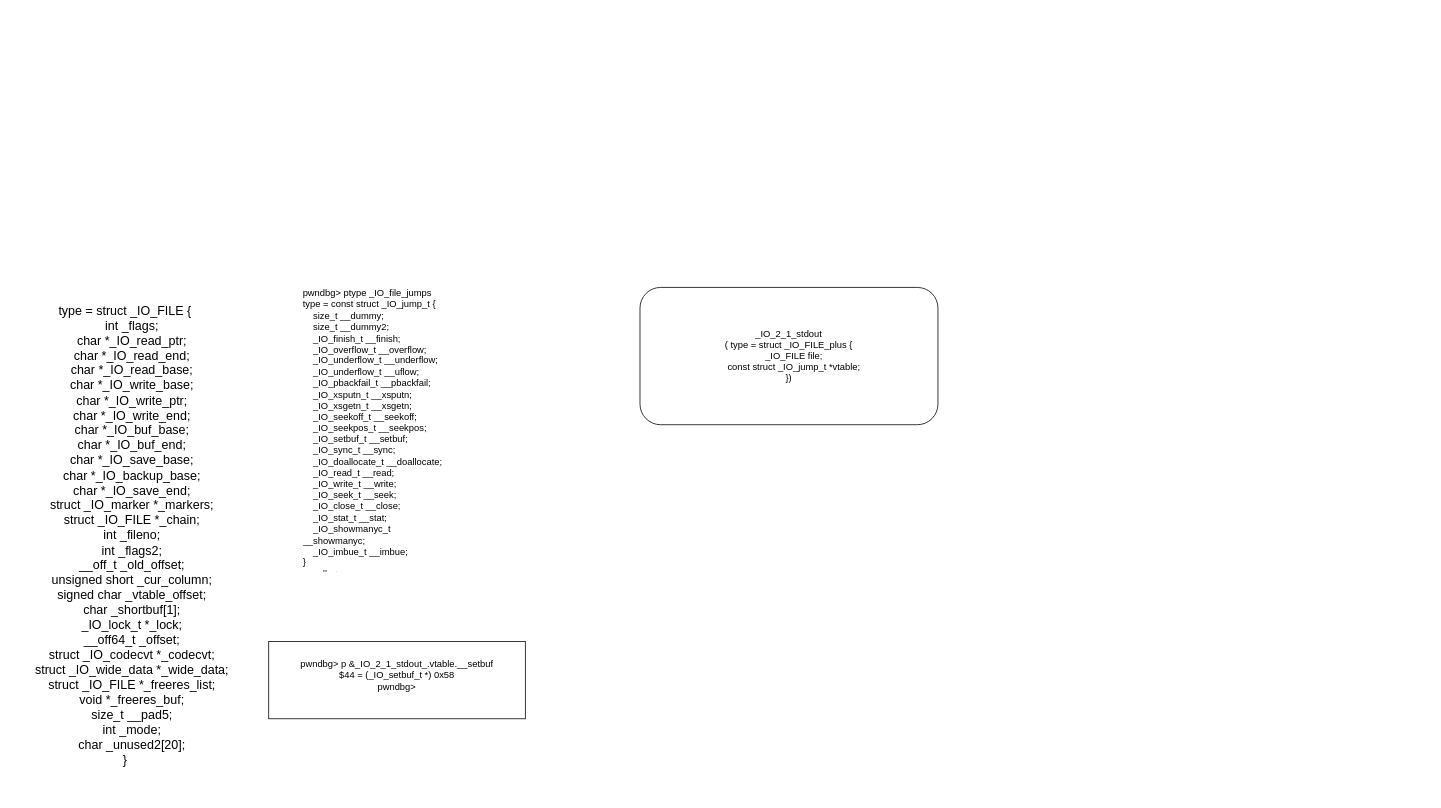
xiaofeng789/draw keeps this draw.io diagram as io.drawio. Above is the earlier version. Source tidied: cells renumbered, new cells numbered last; positions are measured from the earlier drawing's top-left corner, leaving out a move shared by most shapes. Both pictures are drawn from the tidied source at 78%, with x=0, y=0 at pixel (13, 287).
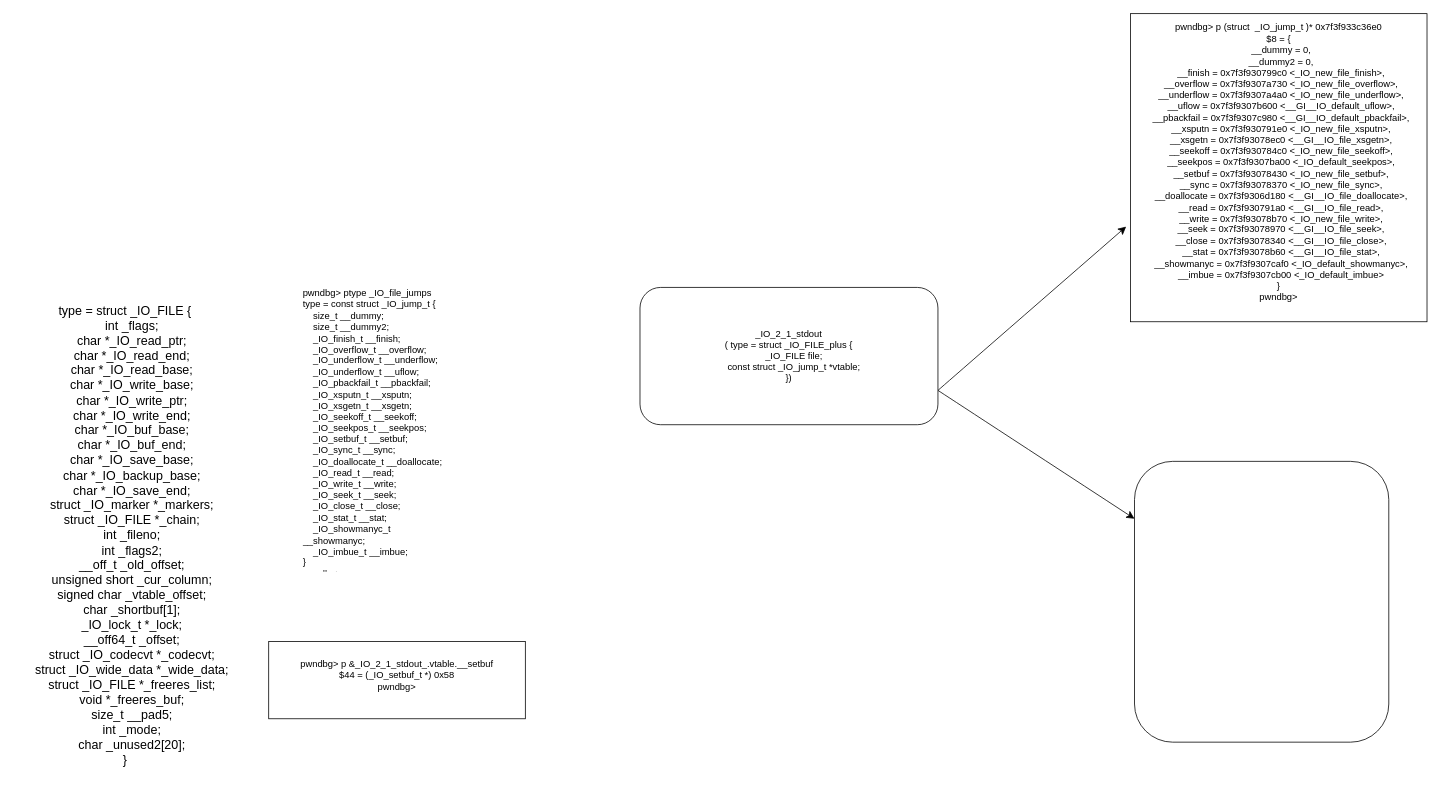
After the change.

Diff of the diagram source:
```diff
@@
 <mxGraphModel>
   <root>
     <mxCell id="0" />
     <mxCell id="1" parent="0" />
     <mxCell id="2" value="type = struct _IO_FILE {&lt;br&gt;&amp;nbsp;&amp;nbsp;&amp;nbsp; int _flags;&lt;br&gt;&amp;nbsp;&amp;nbsp;&amp;nbsp; char *_IO_read_ptr;&lt;br&gt;&amp;nbsp;&amp;nbsp;&amp;nbsp; char *_IO_read_end;&lt;br&gt;&amp;nbsp;&amp;nbsp;&amp;nbsp; char *_IO_read_base;&lt;br&gt;&amp;nbsp;&amp;nbsp;&amp;nbsp; char *_IO_write_base;&lt;br&gt;&amp;nbsp;&amp;nbsp;&amp;nbsp; char *_IO_write_ptr;&lt;br&gt;&amp;nbsp;&amp;nbsp;&amp;nbsp; char *_IO_write_end;&lt;br&gt;&amp;nbsp;&amp;nbsp;&amp;nbsp; char *_IO_buf_base;&lt;br&gt;&amp;nbsp;&amp;nbsp;&amp;nbsp; char *_IO_buf_end;&lt;br&gt;&amp;nbsp;&amp;nbsp;&amp;nbsp; char *_IO_save_base;&lt;br&gt;&amp;nbsp;&amp;nbsp;&amp;nbsp; char *_IO_backup_base;&lt;br&gt;&amp;nbsp;&amp;nbsp;&amp;nbsp; char *_IO_save_end;&lt;br&gt;&amp;nbsp;&amp;nbsp;&amp;nbsp; struct _IO_marker *_markers;&lt;br&gt;&amp;nbsp;&amp;nbsp;&amp;nbsp; struct _IO_FILE *_chain;&lt;br&gt;&amp;nbsp;&amp;nbsp;&amp;nbsp; int _fileno;&lt;br&gt;&amp;nbsp;&amp;nbsp;&amp;nbsp; int _flags2;&lt;br&gt;&amp;nbsp;&amp;nbsp;&amp;nbsp; __off_t _old_offset;&lt;br&gt;&amp;nbsp;&amp;nbsp;&amp;nbsp; unsigned short _cur_column;&lt;br&gt;&amp;nbsp;&amp;nbsp;&amp;nbsp; signed char _vtable_offset;&lt;br&gt;&amp;nbsp;&amp;nbsp;&amp;nbsp; char _shortbuf[1];&lt;br&gt;&amp;nbsp;&amp;nbsp;&amp;nbsp; _IO_lock_t *_lock;&lt;br&gt;&amp;nbsp;&amp;nbsp;&amp;nbsp; __off64_t _offset;&lt;br&gt;&amp;nbsp;&amp;nbsp;&amp;nbsp; struct _IO_codecvt *_codecvt;&lt;br&gt;&amp;nbsp;&amp;nbsp;&amp;nbsp; struct _IO_wide_data *_wide_data;&lt;br&gt;&amp;nbsp;&amp;nbsp;&amp;nbsp; struct _IO_FILE *_freeres_list;&lt;br&gt;&amp;nbsp;&amp;nbsp;&amp;nbsp; void *_freeres_buf;&lt;br&gt;&amp;nbsp;&amp;nbsp;&amp;nbsp; size_t __pad5;&lt;br&gt;&amp;nbsp;&amp;nbsp;&amp;nbsp; int _mode;&lt;br&gt;&amp;nbsp;&amp;nbsp;&amp;nbsp; char _unused2[20];&lt;br&gt;}&lt;div&gt;&lt;br/&gt;&lt;/div&gt;" style="text;html=1;align=center;verticalAlign=middle;whiteSpace=wrap;rounded=0;fontSize=16;" parent="1" vertex="1">
       <mxGeometry y="4" width="286" height="646" as="geometry" />
     </mxCell>
+    <mxCell id="6" style="edgeStyle=none;curved=1;rounded=0;jettySize=auto;html=1;exitX=1;exitY=0.75;exitDx=0;exitDy=0;fontSize=12;startSize=8;endSize=8;" parent="1" edge="1" source="3">
+      <mxGeometry relative="1" as="geometry">
+        <mxPoint x="1426.3" y="-78" as="targetPoint" />
+      </mxGeometry>
+    </mxCell>
+    <mxCell id="7" style="edgeStyle=none;curved=1;rounded=0;jettySize=auto;html=1;exitX=1;exitY=0.75;exitDx=0;exitDy=0;fontSize=12;startSize=8;endSize=8;" parent="1" edge="1" source="3" target="9">
+      <mxGeometry relative="1" as="geometry" />
+    </mxCell>
     <mxCell id="3" value="_IO_2_1_stdout&lt;br&gt;( type = struct _IO_FILE_plus {&lt;br&gt;&amp;nbsp;&amp;nbsp;&amp;nbsp; _IO_FILE file;&lt;br&gt;&amp;nbsp;&amp;nbsp;&amp;nbsp; const struct _IO_jump_t *vtable;&lt;br&gt;})" style="rounded=1;whiteSpace=wrap;html=1;" parent="1" vertex="1">
       <mxGeometry x="803" width="382" height="176" as="geometry" />
     </mxCell>
     <mxCell id="4" value="pwndbg&amp;gt; ptype _IO_file_jumps&lt;br&gt;type = const struct _IO_jump_t {&lt;br&gt;&amp;nbsp;&amp;nbsp;&amp;nbsp; size_t __dummy;&lt;br&gt;&amp;nbsp;&amp;nbsp;&amp;nbsp; size_t __dummy2;&lt;br&gt;&amp;nbsp;&amp;nbsp;&amp;nbsp; _IO_finish_t __finish;&lt;br&gt;&amp;nbsp;&amp;nbsp;&amp;nbsp; _IO_overflow_t __overflow;&lt;br&gt;&amp;nbsp;&amp;nbsp;&amp;nbsp; _IO_underflow_t __underflow;&lt;br&gt;&amp;nbsp;&amp;nbsp;&amp;nbsp; _IO_underflow_t __uflow;&lt;br&gt;&amp;nbsp;&amp;nbsp;&amp;nbsp; _IO_pbackfail_t __pbackfail;&lt;br&gt;&amp;nbsp;&amp;nbsp;&amp;nbsp; _IO_xsputn_t __xsputn;&lt;br&gt;&amp;nbsp;&amp;nbsp;&amp;nbsp; _IO_xsgetn_t __xsgetn;&lt;br&gt;&amp;nbsp;&amp;nbsp;&amp;nbsp; _IO_seekoff_t __seekoff;&lt;br&gt;&amp;nbsp;&amp;nbsp;&amp;nbsp; _IO_seekpos_t __seekpos;&lt;br&gt;&amp;nbsp;&amp;nbsp;&amp;nbsp; _IO_setbuf_t __setbuf;&lt;br&gt;&amp;nbsp;&amp;nbsp;&amp;nbsp; _IO_sync_t __sync;&lt;br&gt;&amp;nbsp;&amp;nbsp;&amp;nbsp; _IO_doallocate_t __doallocate;&lt;br&gt;&amp;nbsp;&amp;nbsp;&amp;nbsp; _IO_read_t __read;&lt;br&gt;&amp;nbsp;&amp;nbsp;&amp;nbsp; _IO_write_t __write;&lt;br&gt;&amp;nbsp;&amp;nbsp;&amp;nbsp; _IO_seek_t __seek;&lt;br&gt;&amp;nbsp;&amp;nbsp;&amp;nbsp; _IO_close_t __close;&lt;br&gt;&amp;nbsp;&amp;nbsp;&amp;nbsp; _IO_stat_t __stat;&lt;br&gt;&amp;nbsp;&amp;nbsp;&amp;nbsp; _IO_showmanyc_t __showmanyc;&lt;br&gt;&amp;nbsp;&amp;nbsp;&amp;nbsp; _IO_imbue_t __imbue;&lt;br&gt;}&lt;br&gt;pwndbg&amp;gt; &lt;div&gt;&lt;br/&gt;&lt;/div&gt;" style="text;html=1;spacing=5;spacingTop=-20;whiteSpace=wrap;overflow=hidden;rounded=0;" parent="1" vertex="1">
       <mxGeometry x="366" y="11" width="203" height="354" as="geometry" />
     </mxCell>
     <mxCell id="5" value="pwndbg&amp;gt; p &amp;amp;_IO_2_1_stdout_.vtable.__setbuf &lt;br&gt;$44 = (_IO_setbuf_t *) 0x58&lt;br&gt;pwndbg&amp;gt; &lt;div&gt;&lt;br/&gt;&lt;/div&gt;" style="rounded=0;whiteSpace=wrap;html=1;" parent="1" vertex="1">
       <mxGeometry x="327" y="454" width="329" height="99" as="geometry" />
     </mxCell>
+    <mxCell id="8" value="pwndbg&amp;gt; p (struct&amp;nbsp; _IO_jump_t )* 0x7f3f933c36e0&lt;br&gt;$8 = {&lt;br&gt;&amp;nbsp; __dummy = 0,&lt;br&gt;&amp;nbsp; __dummy2 = 0,&lt;br&gt;&amp;nbsp; __finish = 0x7f3f930799c0 &amp;lt;_IO_new_file_finish&amp;gt;,&lt;br&gt;&amp;nbsp; __overflow = 0x7f3f9307a730 &amp;lt;_IO_new_file_overflow&amp;gt;,&lt;br&gt;&amp;nbsp; __underflow = 0x7f3f9307a4a0 &amp;lt;_IO_new_file_underflow&amp;gt;,&lt;br&gt;&amp;nbsp; __uflow = 0x7f3f9307b600 &amp;lt;__GI__IO_default_uflow&amp;gt;,&lt;br&gt;&amp;nbsp; __pbackfail = 0x7f3f9307c980 &amp;lt;__GI__IO_default_pbackfail&amp;gt;,&lt;br&gt;&amp;nbsp; __xsputn = 0x7f3f930791e0 &amp;lt;_IO_new_file_xsputn&amp;gt;,&lt;br&gt;&amp;nbsp; __xsgetn = 0x7f3f93078ec0 &amp;lt;__GI__IO_file_xsgetn&amp;gt;,&lt;br&gt;&amp;nbsp; __seekoff = 0x7f3f930784c0 &amp;lt;_IO_new_file_seekoff&amp;gt;,&lt;br&gt;&amp;nbsp; __seekpos = 0x7f3f9307ba00 &amp;lt;_IO_default_seekpos&amp;gt;,&lt;br&gt;&amp;nbsp; __setbuf = 0x7f3f93078430 &amp;lt;_IO_new_file_setbuf&amp;gt;,&lt;br&gt;&amp;nbsp; __sync = 0x7f3f93078370 &amp;lt;_IO_new_file_sync&amp;gt;,&lt;br&gt;&amp;nbsp; __doallocate = 0x7f3f9306d180 &amp;lt;__GI__IO_file_doallocate&amp;gt;,&lt;br&gt;&amp;nbsp; __read = 0x7f3f930791a0 &amp;lt;__GI__IO_file_read&amp;gt;,&lt;br&gt;&amp;nbsp; __write = 0x7f3f93078b70 &amp;lt;_IO_new_file_write&amp;gt;,&lt;br&gt;&amp;nbsp; __seek = 0x7f3f93078970 &amp;lt;__GI__IO_file_seek&amp;gt;,&lt;br&gt;&amp;nbsp; __close = 0x7f3f93078340 &amp;lt;__GI__IO_file_close&amp;gt;,&lt;br&gt;&amp;nbsp; __stat = 0x7f3f93078b60 &amp;lt;__GI__IO_file_stat&amp;gt;,&lt;br&gt;&amp;nbsp; __showmanyc = 0x7f3f9307caf0 &amp;lt;_IO_default_showmanyc&amp;gt;,&lt;br&gt;&amp;nbsp; __imbue = 0x7f3f9307cb00 &amp;lt;_IO_default_imbue&amp;gt;&lt;br&gt;}&lt;br&gt;pwndbg&amp;gt; &lt;div&gt;&lt;br/&gt;&lt;/div&gt;" style="rounded=0;whiteSpace=wrap;html=1;" parent="1" vertex="1">
+      <mxGeometry x="1432" y="-351" width="380" height="395" as="geometry" />
+    </mxCell>
+    <mxCell id="9" style="rounded=1;whiteSpace=wrap;html=1;" parent="1" vertex="1">
+      <mxGeometry x="1437" y="223" width="326" height="360" as="geometry" />
+    </mxCell>
   </root>
 </mxGraphModel>
```
